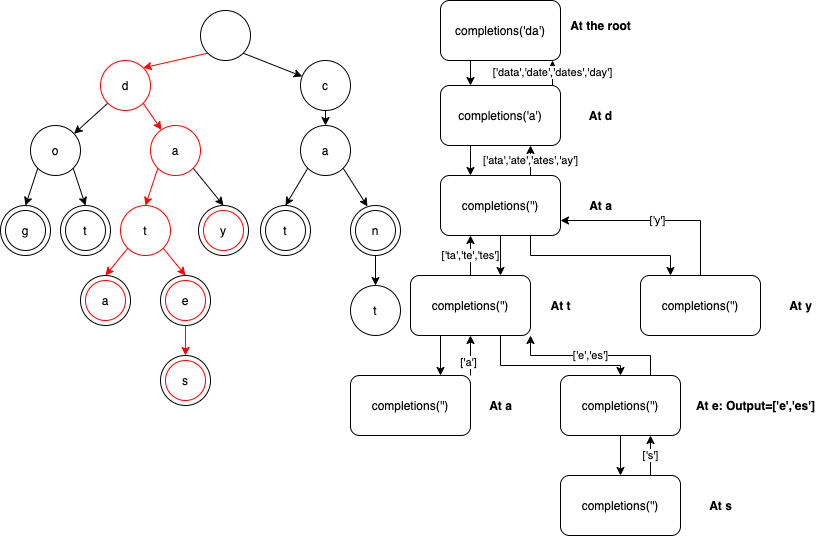
The draw.io diagram static/images/completions_attempt16.png in ksu-cs-cc/ksu-cs-cc.github.io, before a commit. Source tidied: cells renumbered, new cells last; positions are measured from the earlier drawing's top-left corner, leaving out a move shared by most shapes.
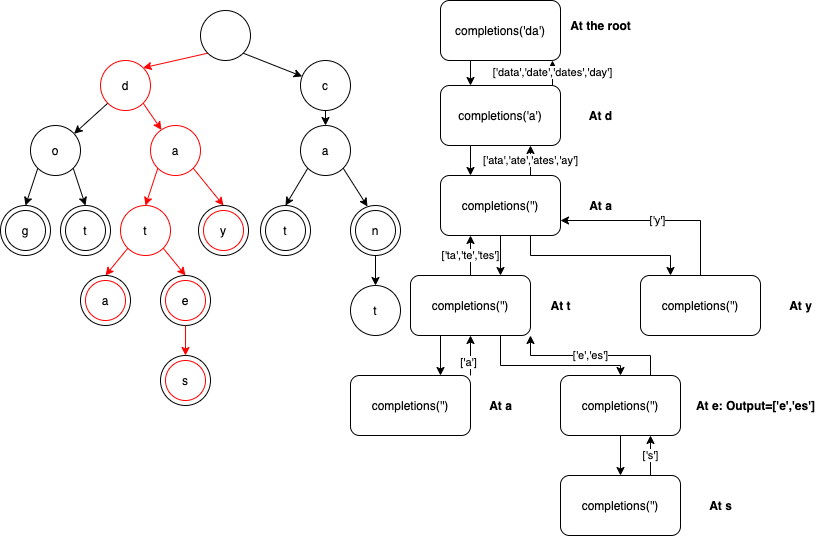
Above is the later version.

Diff of the diagram source:
```diff
@@ -110,7 +110,7 @@
     <mxCell id="36" style="edgeStyle=none;rounded=0;jettySize=auto;html=1;exitX=0;exitY=1;exitDx=0;exitDy=0;entryX=0.5;entryY=0;entryDx=0;entryDy=0;strokeColor=#FF0000;" parent="1" edge="1" source="38" target="44">
       <mxGeometry relative="1" as="geometry" />
     </mxCell>
-    <mxCell id="37" style="edgeStyle=none;rounded=0;jettySize=auto;html=1;exitX=1;exitY=1;exitDx=0;exitDy=0;entryX=0.5;entryY=0;entryDx=0;entryDy=0;" parent="1" edge="1" source="38" target="46">
+    <mxCell id="37" style="edgeStyle=none;rounded=0;jettySize=auto;html=1;exitX=1;exitY=1;exitDx=0;exitDy=0;entryX=0.5;entryY=0;entryDx=0;entryDy=0;strokeColor=#FF0000;" parent="1" edge="1" source="38" target="46">
       <mxGeometry relative="1" as="geometry" />
     </mxCell>
     <mxCell id="38" value="a" style="ellipse;whiteSpace=wrap;html=1;strokeColor=#FF0000;" parent="1" vertex="1">
```
